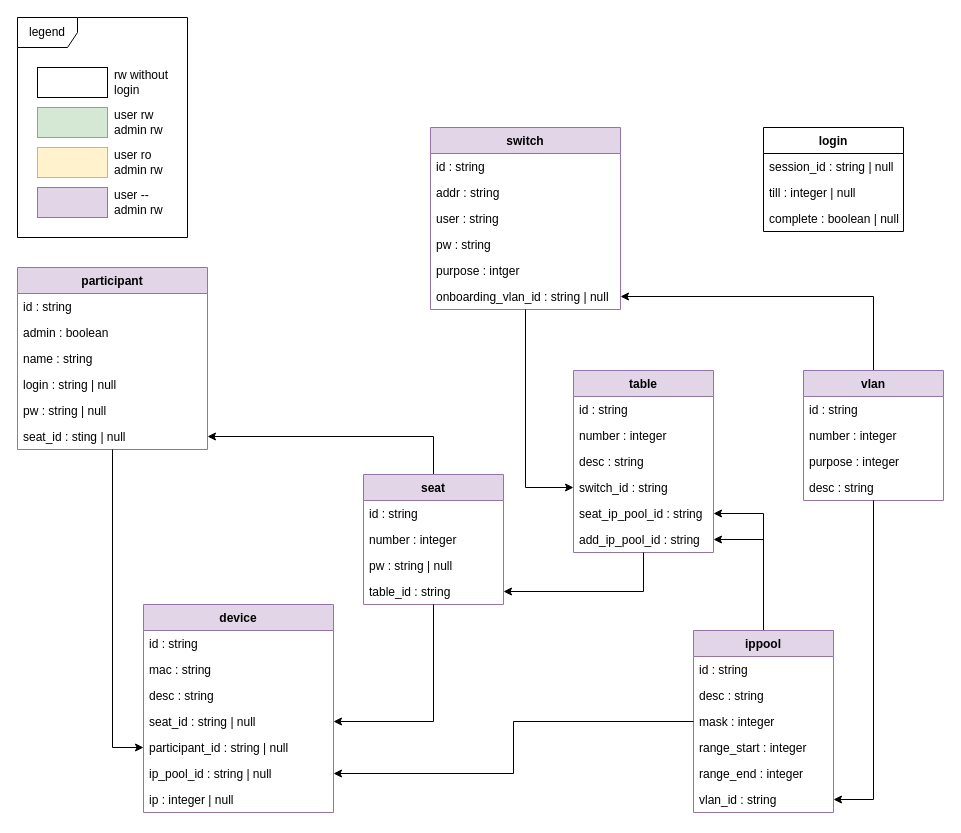
This is docs/api.drawio from nils-ost/LanPartyOnboardingSystem, a draw.io file, before an edit. Source tidied: cells renumbered, new cells numbered last; positions are measured from the earlier drawing's top-left corner, leaving out a move shared by most shapes. Both pictures are drawn from the tidied source at 100%, with x=0, y=0 at pixel (17, 17).
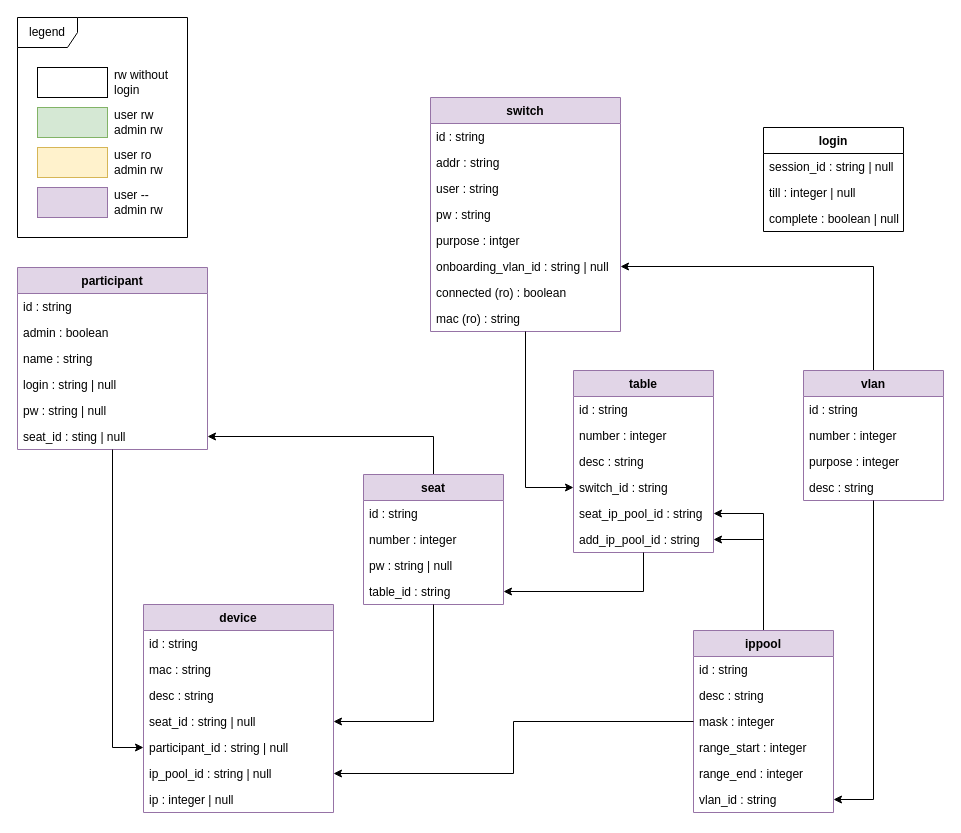
Above is the later version.

Change to the diagram source:
```diff
@@
     <mxCell id="29" value="switch" style="swimlane;fontStyle=1;horizontal=1;startSize=26;fillColor=#e1d5e7;strokeColor=#9673a6;" parent="1" vertex="1">
-      <mxGeometry x="413" y="110" width="190" height="182" as="geometry" />
+      <mxGeometry x="413" y="80" width="190" height="234" as="geometry" />
     </mxCell>
@@
+    <mxCell id="68" value="connected (ro) : boolean" style="text;strokeColor=none;fillColor=none;align=left;verticalAlign=top;spacingLeft=4;spacingRight=4;overflow=hidden;" parent="29" vertex="1">
+      <mxGeometry y="182" width="190" height="26" as="geometry" />
+    </mxCell>
+    <mxCell id="69" value="mac (ro) : string" style="text;strokeColor=none;fillColor=none;align=left;verticalAlign=top;spacingLeft=4;spacingRight=4;overflow=hidden;" parent="29" vertex="1">
+      <mxGeometry y="208" width="190" height="26" as="geometry" />
+    </mxCell>
```
